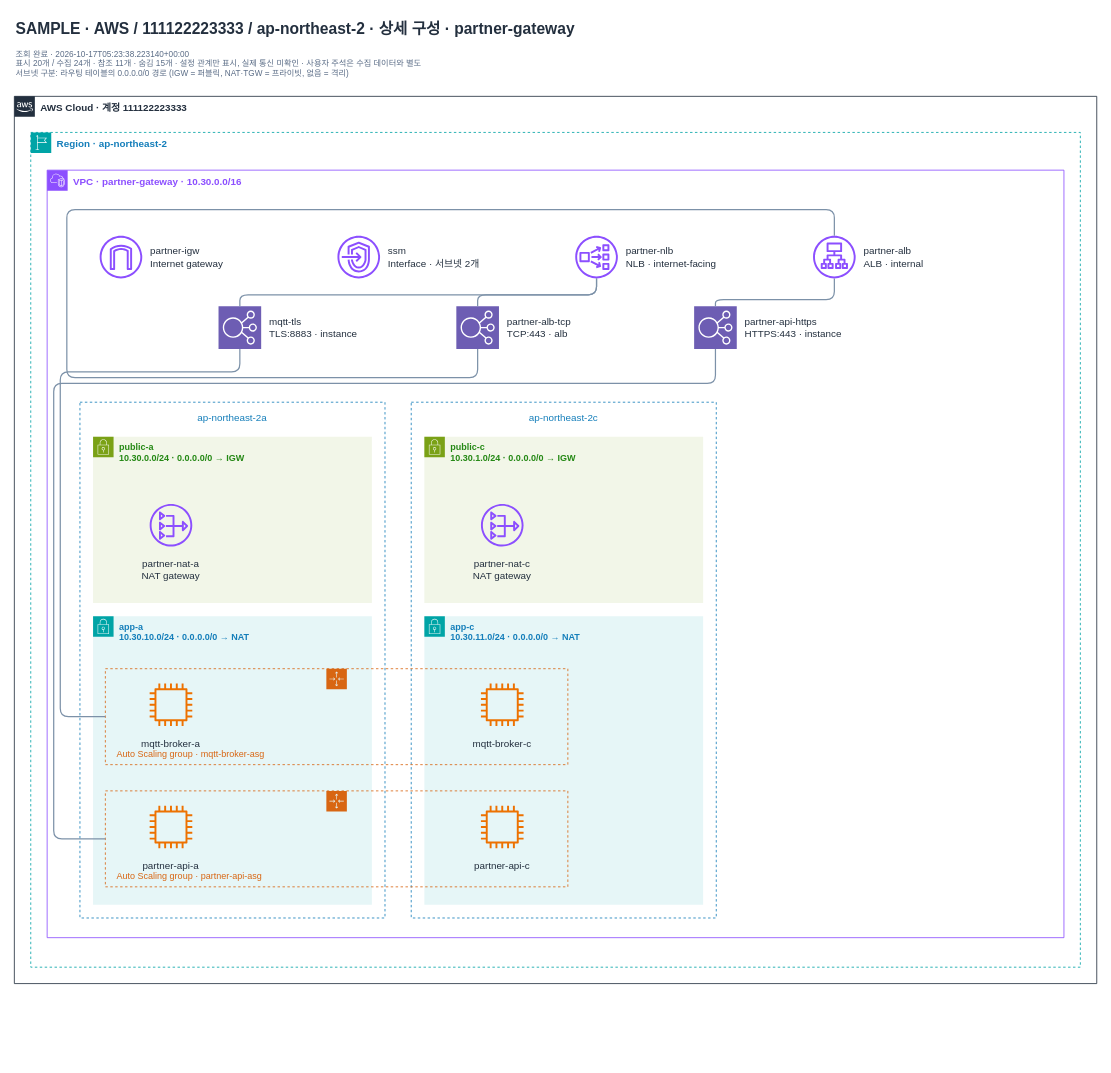
This is page "vpc-0a1b2c3d4e5f60003" (2 of 2) of examples/samples/nlb-alb/topology.drawio from men16922/diagram-bot, a draw.io file, before an edit. Source tidied: cells renumbered, new cells numbered last; positions are measured from the earlier drawing's top-left corner, leaving out a move shared by most shapes. Both pictures are drawn from the tidied source at 82%, with x=0, y=0 at pixel (14, 14).
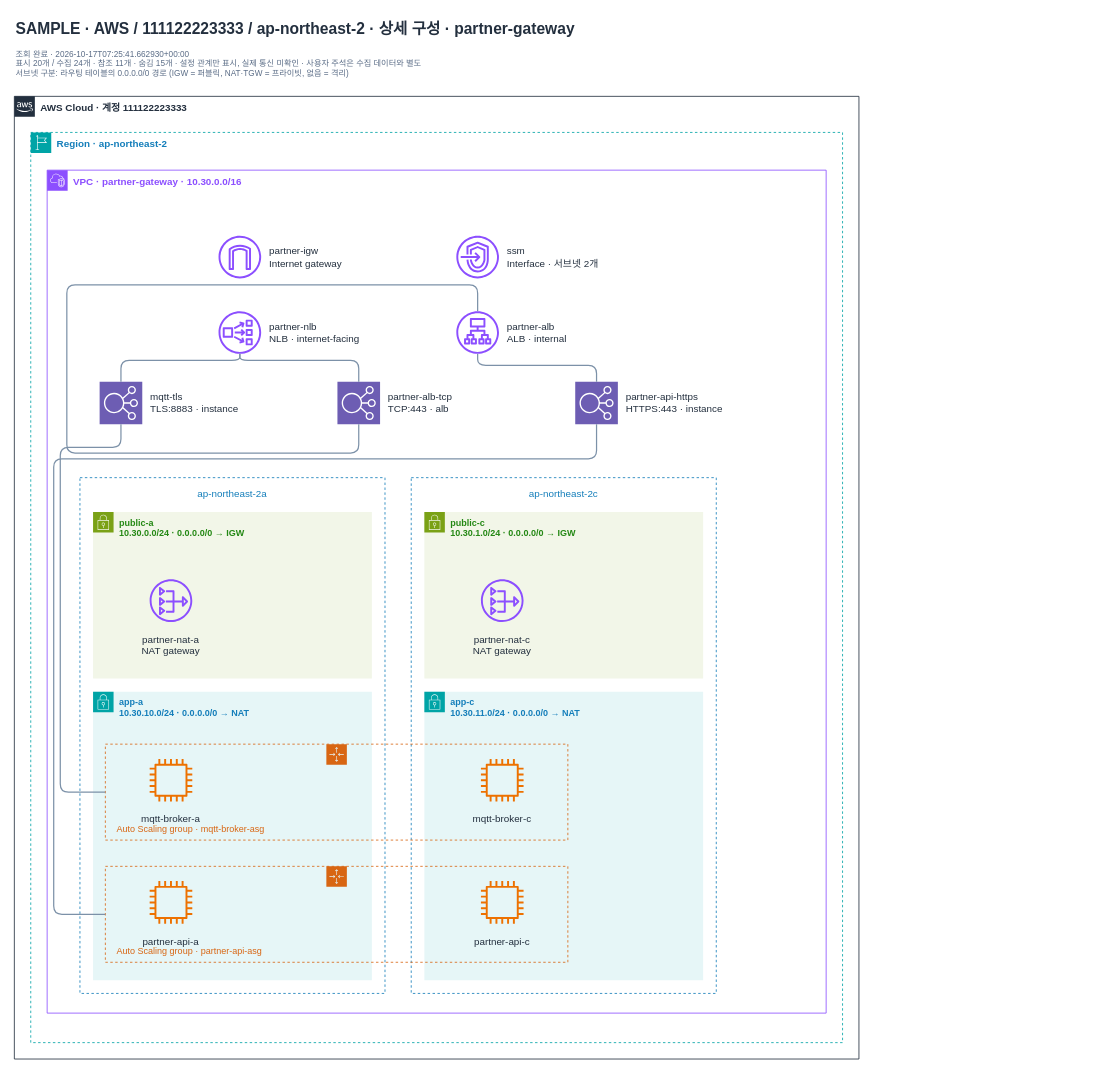
Above is the later version.

The edit, as a diff of the source:
```diff
@@
-    <mxCell id="3" value="조회 완료 · 2026-10-17T05:23:38.223140+00:00&#10;표시 20개 / 수집 24개 · 참조 11개 · 숨김 15개 · 설정 관계만 표시, 실제 통신 미확인 · 사용자 주석은 수집 데이터와 별도&#10;서브넷 구분: 라우팅 테이블의 0.0.0.0/0 경로 (IGW = 퍼블릭, NAT·TGW = 프라이빗, 없음 = 격리)" style="html=0;fontFamily=Arial;fontSize=12;fontColor=#232F3E;text;align=left;verticalAlign=top;whiteSpace=wrap;fontSize=10;fontColor=#5A6C86;strokeColor=none;fillColor=none;" parent="1" vertex="1">
+    <mxCell id="3" value="조회 완료 · 2026-10-17T07:25:41.662930+00:00&#10;표시 20개 / 수집 24개 · 참조 11개 · 숨김 15개 · 설정 관계만 표시, 실제 통신 미확인 · 사용자 주석은 수집 데이터와 별도&#10;서브넷 구분: 라우팅 테이블의 0.0.0.0/0 경로 (IGW = 퍼블릭, NAT·TGW = 프라이빗, 없음 = 격리)" style="html=0;fontFamily=Arial;fontSize=12;fontColor=#232F3E;text;align=left;verticalAlign=top;whiteSpace=wrap;fontSize=10;fontColor=#5A6C86;strokeColor=none;fillColor=none;" parent="1" vertex="1">
       <mxGeometry y="36" width="960" height="42" as="geometry" />
     </mxCell>
     <mxCell id="4" value="AWS Cloud · 계정 111122223333" style="html=0;fontFamily=Arial;fontSize=12;fontColor=#232F3E;gradientColor=none;whiteSpace=wrap;fontStyle=1;shape=mxgraph.aws4.group;verticalAlign=top;align=left;spacingLeft=30;grIcon=mxgraph.aws4.group_aws_cloud_alt;strokeColor=#232F3E;fillColor=none;fontColor=#232F3E;dashed=0;" parent="1" vertex="1">
-      <mxGeometry y="100" width="1320" height="1082" as="geometry" />
+      <mxGeometry y="100" width="1030" height="1174" as="geometry" />
     </mxCell>
     <mxCell id="5" value="Region · ap-northeast-2" style="html=0;fontFamily=Arial;fontSize=12;fontColor=#232F3E;gradientColor=none;whiteSpace=wrap;fontStyle=1;shape=mxgraph.aws4.group;verticalAlign=top;align=left;spacingLeft=30;grIcon=mxgraph.aws4.group_region;strokeColor=#00A4A6;fillColor=none;fontColor=#147EBA;dashed=1;" parent="4" vertex="1">
-      <mxGeometry x="20" y="44" width="1280" height="1018" as="geometry" />
+      <mxGeometry x="20" y="44" width="990" height="1110" as="geometry" />
     </mxCell>
     <mxCell id="6" value="VPC  ·  partner-gateway  ·  10.30.0.0/16" style="html=0;fontFamily=Arial;fontSize=12;fontColor=#232F3E;gradientColor=none;whiteSpace=wrap;fontStyle=1;shape=mxgraph.aws4.group;verticalAlign=top;align=left;spacingLeft=30;grIcon=mxgraph.aws4.group_vpc2;strokeColor=#8C4FFF;fillColor=none;fontColor=#8C4FFF;dashed=0;" parent="5" vertex="1">
-      <mxGeometry x="20" y="46" width="1240" height="936" as="geometry" />
+      <mxGeometry x="20" y="46" width="950" height="1028" as="geometry" />
     </mxCell>
     <mxCell id="7" value="partner-igw&#10;Internet gateway" style="html=0;fontFamily=Arial;fontSize=12;fontColor=#232F3E;whiteSpace=wrap;labelWidth=170;labelPosition=right;verticalLabelPosition=middle;align=left;verticalAlign=middle;spacingLeft=8;shape=mxgraph.aws4.internet_gateway;fillColor=#8C4FFF;strokeColor=none;gradientColor=none;" parent="6" vertex="1">
-      <mxGeometry x="64" y="80" width="52" height="52" as="geometry" />
+      <mxGeometry x="209" y="80" width="52" height="52" as="geometry" />
     </mxCell>
     <mxCell id="8" value="ssm&#10;Interface · 서브넷 2개" style="html=0;fontFamily=Arial;fontSize=12;fontColor=#232F3E;whiteSpace=wrap;labelWidth=170;labelPosition=right;verticalLabelPosition=middle;align=left;verticalAlign=middle;spacingLeft=8;shape=mxgraph.aws4.endpoints;fillColor=#8C4FFF;strokeColor=none;gradientColor=none;" parent="6" vertex="1">
-      <mxGeometry x="354" y="80" width="52" height="52" as="geometry" />
+      <mxGeometry x="499" y="80" width="52" height="52" as="geometry" />
     </mxCell>
     <mxCell id="9" value="partner-nlb&#10;NLB · internet-facing" style="html=0;fontFamily=Arial;fontSize=12;fontColor=#232F3E;whiteSpace=wrap;labelWidth=170;labelPosition=right;verticalLabelPosition=middle;align=left;verticalAlign=middle;spacingLeft=8;shape=mxgraph.aws4.network_load_balancer;fillColor=#8C4FFF;strokeColor=none;gradientColor=none;outlineConnect=0;" parent="6" vertex="1">
-      <mxGeometry x="644" y="80" width="52" height="52" as="geometry" />
+      <mxGeometry x="209" y="172" width="52" height="52" as="geometry" />
     </mxCell>
     <mxCell id="10" value="partner-alb&#10;ALB · internal" style="html=0;fontFamily=Arial;fontSize=12;fontColor=#232F3E;whiteSpace=wrap;labelWidth=170;labelPosition=right;verticalLabelPosition=middle;align=left;verticalAlign=middle;spacingLeft=8;shape=mxgraph.aws4.application_load_balancer;fillColor=#8C4FFF;strokeColor=none;gradientColor=none;outlineConnect=0;" parent="6" vertex="1">
-      <mxGeometry x="934" y="80" width="52" height="52" as="geometry" />
+      <mxGeometry x="499" y="172" width="52" height="52" as="geometry" />
     </mxCell>
     <mxCell id="11" value="mqtt-tls&#10;TLS:8883 · instance" style="html=0;fontFamily=Arial;fontSize=12;fontColor=#232F3E;whiteSpace=wrap;labelWidth=170;labelPosition=right;verticalLabelPosition=middle;align=left;verticalAlign=middle;spacingLeft=8;shape=mxgraph.aws4.resourceIcon;resIcon=mxgraph.aws4.elastic_load_balancing;fillColor=#6D5DB3;strokeColor=#FFFFFF;gradientColor=none;" parent="6" vertex="1">
-      <mxGeometry x="209" y="166" width="52" height="52" as="geometry" />
+      <mxGeometry x="64" y="258" width="52" height="52" as="geometry" />
     </mxCell>
     <mxCell id="12" value="partner-alb-tcp&#10;TCP:443 · alb" style="html=0;fontFamily=Arial;fontSize=12;fontColor=#232F3E;whiteSpace=wrap;labelWidth=170;labelPosition=right;verticalLabelPosition=middle;align=left;verticalAlign=middle;spacingLeft=8;shape=mxgraph.aws4.resourceIcon;resIcon=mxgraph.aws4.elastic_load_balancing;fillColor=#6D5DB3;strokeColor=#FFFFFF;gradientColor=none;" parent="6" vertex="1">
-      <mxGeometry x="499" y="166" width="52" height="52" as="geometry" />
+      <mxGeometry x="354" y="258" width="52" height="52" as="geometry" />
     </mxCell>
     <mxCell id="13" value="partner-api-https&#10;HTTPS:443 · instance" style="html=0;fontFamily=Arial;fontSize=12;fontColor=#232F3E;whiteSpace=wrap;labelWidth=170;labelPosition=right;verticalLabelPosition=middle;align=left;verticalAlign=middle;spacingLeft=8;shape=mxgraph.aws4.resourceIcon;resIcon=mxgraph.aws4.elastic_load_balancing;fillColor=#6D5DB3;strokeColor=#FFFFFF;gradientColor=none;" parent="6" vertex="1">
-      <mxGeometry x="789" y="166" width="52" height="52" as="geometry" />
+      <mxGeometry x="644" y="258" width="52" height="52" as="geometry" />
     </mxCell>
     <mxCell id="14" value="ap-northeast-2a" style="html=0;fontFamily=Arial;fontSize=12;fontColor=#232F3E;whiteSpace=wrap;verticalAlign=top;fontStyle=0;fillColor=none;strokeColor=#147EBA;dashed=1;fontColor=#147EBA;align=center;spacingTop=6;" parent="6" vertex="1">
-      <mxGeometry x="40" y="283" width="372" height="629" as="geometry" />
+      <mxGeometry x="40" y="375" width="372" height="629" as="geometry" />
     </mxCell>
@@
     <mxCell id="20" value="ap-northeast-2c" style="html=0;fontFamily=Arial;fontSize=12;fontColor=#232F3E;whiteSpace=wrap;verticalAlign=top;fontStyle=0;fillColor=none;strokeColor=#147EBA;dashed=1;fontColor=#147EBA;align=center;spacingTop=6;" parent="6" vertex="1">
-      <mxGeometry x="444" y="283" width="372" height="629" as="geometry" />
+      <mxGeometry x="444" y="375" width="372" height="629" as="geometry" />
     </mxCell>
@@
     <mxCell id="26" value="Auto Scaling group · mqtt-broker-asg" style="html=0;fontFamily=Arial;fontSize=12;fontColor=#232F3E;outlineConnect=0;gradientColor=none;whiteSpace=wrap;shape=mxgraph.aws4.groupCenter;grIcon=mxgraph.aws4.group_auto_scaling_group;grStroke=1;strokeColor=#D86613;fillColor=none;fontColor=#D86613;dashed=1;align=left;spacingLeft=12;verticalAlign=bottom;spacingBottom=4;fontSize=11;" parent="6" vertex="1">
-      <mxGeometry x="71" y="608" width="564" height="117" as="geometry" />
+      <mxGeometry x="71" y="700" width="564" height="117" as="geometry" />
     </mxCell>
     <mxCell id="27" value="Auto Scaling group · partner-api-asg" style="html=0;fontFamily=Arial;fontSize=12;fontColor=#232F3E;outlineConnect=0;gradientColor=none;whiteSpace=wrap;shape=mxgraph.aws4.groupCenter;grIcon=mxgraph.aws4.group_auto_scaling_group;grStroke=1;strokeColor=#D86613;fillColor=none;fontColor=#D86613;dashed=1;align=left;spacingLeft=12;verticalAlign=bottom;spacingBottom=4;fontSize=11;" parent="6" vertex="1">
-      <mxGeometry x="71" y="757" width="564" height="117" as="geometry" />
+      <mxGeometry x="71" y="849" width="564" height="117" as="geometry" />
     </mxCell>
     <mxCell id="28" style="exitX=0.5;exitY=0;entryX=0.5;entryY=1;edgeStyle=orthogonalEdgeStyle;rounded=1;html=0;fontFamily=Arial;fontSize=9;fontColor=#536A82;strokeColor=#7C91A8;strokeWidth=1.5;endArrow=none;labelBackgroundColor=#FFFFFF;" parent="1" edge="1" source="13" target="10">
       <mxGeometry relative="1" as="geometry">
         <Array as="points">
-          <mxPoint x="855" y="348" />
-          <mxPoint x="1000" y="348" />
+          <mxPoint x="710" y="428" />
+          <mxPoint x="565" y="428" />
         </Array>
       </mxGeometry>
     </mxCell>
     <mxCell id="29" style="exitX=0.5;exitY=0;entryX=0.5;entryY=1;edgeStyle=orthogonalEdgeStyle;rounded=1;html=0;fontFamily=Arial;fontSize=9;fontColor=#536A82;strokeColor=#7C91A8;strokeWidth=1.5;endArrow=none;labelBackgroundColor=#FFFFFF;" parent="1" edge="1" source="11" target="9">
       <mxGeometry relative="1" as="geometry">
         <Array as="points">
-          <mxPoint x="275" y="342" />
-          <mxPoint x="710" y="342" />
+          <mxPoint x="130" y="422" />
+          <mxPoint x="275" y="422" />
         </Array>
       </mxGeometry>
     </mxCell>
     <mxCell id="30" style="exitX=0.5;exitY=1;entryX=0.500;entryY=0;edgeStyle=orthogonalEdgeStyle;rounded=1;html=0;fontFamily=Arial;fontSize=9;fontColor=#536A82;strokeColor=#7C91A8;strokeWidth=1.5;endArrow=none;labelBackgroundColor=#FFFFFF;" parent="1" edge="1" source="12" target="10">
       <mxGeometry relative="1" as="geometry">
         <Array as="points">
-          <mxPoint x="565" y="443" />
-          <mxPoint x="64" y="443" />
-          <mxPoint x="64" y="238" />
-          <mxPoint x="1000" y="238" />
+          <mxPoint x="420" y="535" />
+          <mxPoint x="64" y="535" />
+          <mxPoint x="64" y="330" />
+          <mxPoint x="565" y="330" />
         </Array>
       </mxGeometry>
     </mxCell>
     <mxCell id="31" style="exitX=0.5;exitY=0;entryX=0.5;entryY=1;edgeStyle=orthogonalEdgeStyle;rounded=1;html=0;fontFamily=Arial;fontSize=9;fontColor=#536A82;strokeColor=#7C91A8;strokeWidth=1.5;endArrow=none;labelBackgroundColor=#FFFFFF;" parent="1" edge="1" source="12" target="9">
       <mxGeometry relative="1" as="geometry">
         <Array as="points">
-          <mxPoint x="565" y="342" />
-          <mxPoint x="710" y="342" />
+          <mxPoint x="420" y="422" />
+          <mxPoint x="275" y="422" />
         </Array>
       </mxGeometry>
     </mxCell>
     <mxCell id="32" style="exitX=0;exitY=0.500;entryX=0.5;entryY=1;edgeStyle=orthogonalEdgeStyle;rounded=1;html=0;fontFamily=Arial;fontSize=9;fontColor=#536A82;strokeColor=#7C91A8;strokeWidth=1.5;endArrow=none;labelBackgroundColor=#FFFFFF;" parent="1" edge="1" source="27" target="13">
       <mxGeometry relative="1" as="geometry">
         <Array as="points">
-          <mxPoint x="48" y="1005.5" />
-          <mxPoint x="48" y="450" />
-          <mxPoint x="855" y="450" />
+          <mxPoint x="48" y="1097.5" />
+          <mxPoint x="48" y="542" />
+          <mxPoint x="710" y="542" />
         </Array>
       </mxGeometry>
     </mxCell>
     <mxCell id="33" style="exitX=0;exitY=0.500;entryX=0.5;entryY=1;edgeStyle=orthogonalEdgeStyle;rounded=1;html=0;fontFamily=Arial;fontSize=9;fontColor=#536A82;strokeColor=#7C91A8;strokeWidth=1.5;endArrow=none;labelBackgroundColor=#FFFFFF;" parent="1" edge="1" source="26" target="11">
       <mxGeometry relative="1" as="geometry">
         <Array as="points">
-          <mxPoint x="56" y="856.5" />
-          <mxPoint x="56" y="436" />
-          <mxPoint x="275" y="436" />
+          <mxPoint x="56" y="948.5" />
+          <mxPoint x="56" y="528" />
+          <mxPoint x="130" y="528" />
         </Array>
       </mxGeometry>
     </mxCell>
```
